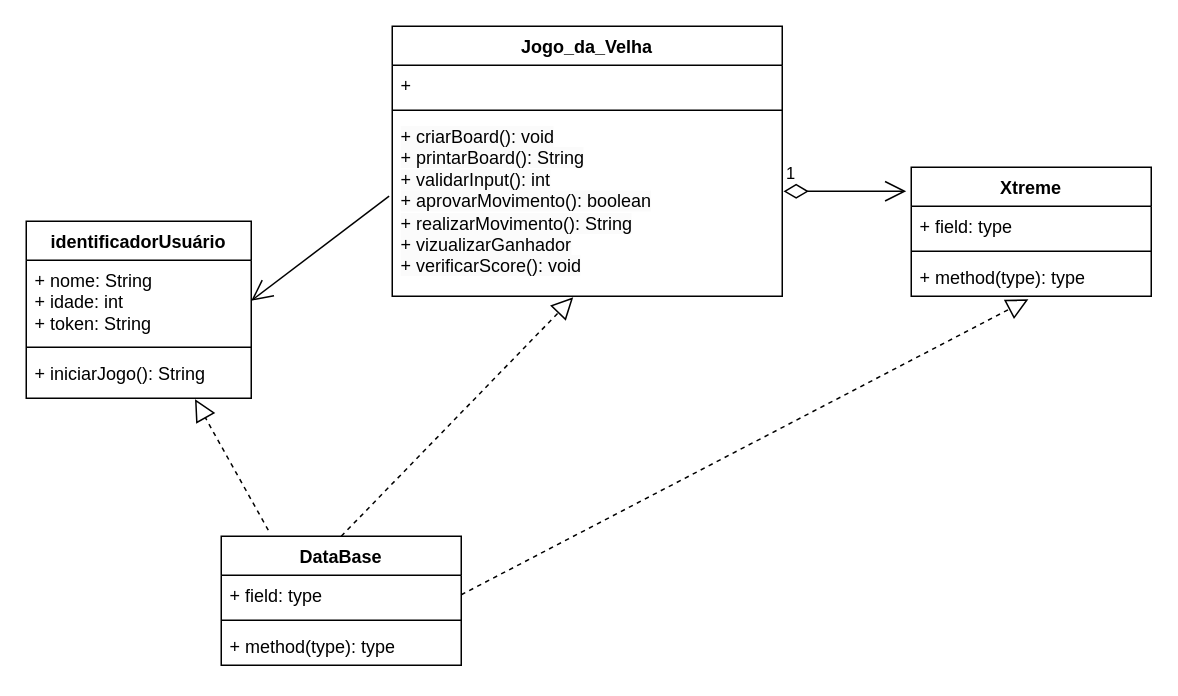
Earlier version of the draw.io diagram mini_projeto_3/Projeto_3/diagrama_de_classes.drawio (antonioscarvalho/Projetos-Orientados-a-Objetos). Source tidied: cells renumbered, new cells numbered last; positions are measured from the earlier drawing's top-left corner, leaving out a move shared by most shapes. Both pictures are drawn from the tidied source at 150%, with x=0, y=0 at pixel (26, 26).
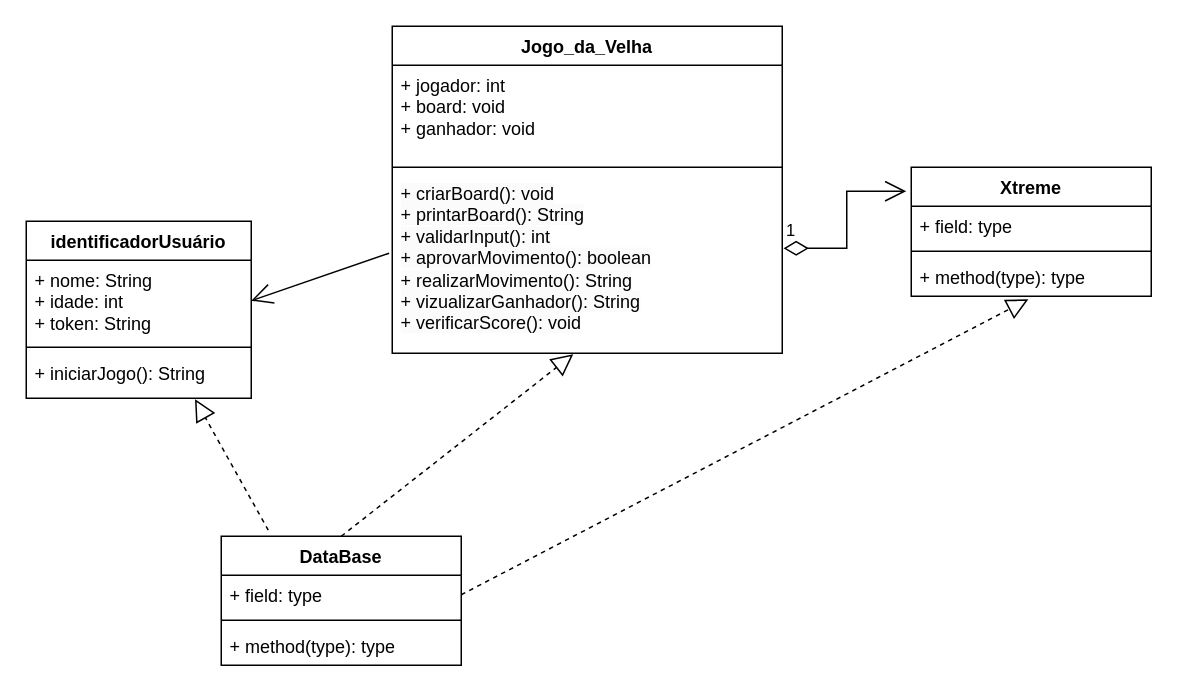
The same page after the edit.

Diff of the diagram source:
```diff
@@
     <mxCell id="6" value="Jogo_da_Velha" style="swimlane;fontStyle=1;align=center;verticalAlign=top;horizontal=1;startSize=26;whiteSpace=wrap;html=1;" parent="1" vertex="1">
-      <mxGeometry x="244" width="260" height="180" as="geometry" />
+      <mxGeometry x="244" width="260" height="218" as="geometry" />
     </mxCell>
-    <mxCell id="7" value="+" style="text;strokeColor=none;fillColor=none;align=left;verticalAlign=top;spacingLeft=4;spacingRight=4;overflow=hidden;whiteSpace=wrap;html=1;" parent="6" vertex="1">
-      <mxGeometry y="26" width="260" height="26" as="geometry" />
+    <mxCell id="7" value="+ jogador: int&lt;br&gt;+ board: void&lt;br&gt;+ ganhador: void" style="text;strokeColor=none;fillColor=none;align=left;verticalAlign=top;spacingLeft=4;spacingRight=4;overflow=hidden;whiteSpace=wrap;html=1;" parent="6" vertex="1">
+      <mxGeometry y="26" width="260" height="64" as="geometry" />
     </mxCell>
     <mxCell id="8" style="line;strokeWidth=1;fillColor=none;align=left;verticalAlign=middle;spacingTop=-1;spacingLeft=3;spacingRight=3;labelPosition=right;strokeColor=inherit;" parent="6" vertex="1">
-      <mxGeometry y="52" width="260" height="8" as="geometry" />
+      <mxGeometry y="90" width="260" height="8" as="geometry" />
     </mxCell>
-    <mxCell id="9" value="&lt;span style=&quot;color: rgb(0, 0, 0); font-family: Helvetica; font-size: 12px; font-style: normal; font-variant-ligatures: normal; font-variant-caps: normal; font-weight: 400; letter-spacing: normal; orphans: 2; text-align: left; text-indent: 0px; text-transform: none; widows: 2; word-spacing: 0px; -webkit-text-stroke-width: 0px; background-color: rgb(251, 251, 251); text-decoration-thickness: initial; text-decoration-style: initial; text-decoration-color: initial; float: none; display: inline !important;&quot;&gt;+ criarBoard(): void&lt;/span&gt;&lt;br style=&quot;border-color: var(--border-color); color: rgb(0, 0, 0); font-family: Helvetica; font-size: 12px; font-style: normal; font-variant-ligatures: normal; font-variant-caps: normal; font-weight: 400; letter-spacing: normal; orphans: 2; text-align: left; text-indent: 0px; text-transform: none; widows: 2; word-spacing: 0px; -webkit-text-stroke-width: 0px; background-color: rgb(251, 251, 251); text-decoration-thickness: initial; text-decoration-style: initial; text-decoration-color: initial;&quot;&gt;&lt;span style=&quot;color: rgb(0, 0, 0); font-family: Helvetica; font-size: 12px; font-style: normal; font-variant-ligatures: normal; font-variant-caps: normal; font-weight: 400; letter-spacing: normal; orphans: 2; text-align: left; text-indent: 0px; text-transform: none; widows: 2; word-spacing: 0px; -webkit-text-stroke-width: 0px; background-color: rgb(251, 251, 251); text-decoration-thickness: initial; text-decoration-style: initial; text-decoration-color: initial; float: none; display: inline !important;&quot;&gt;+ printarBoard(): String&lt;br&gt;+ validarInput(): int&lt;br&gt;+ aprovarMovimento(): boolean&lt;br&gt;+ realizarMovimento(): String&lt;br&gt;+ vizualizarGanhador&lt;br&gt;+ verificarScore(): void&lt;br&gt;&lt;/span&gt;" style="text;strokeColor=none;fillColor=none;align=left;verticalAlign=top;spacingLeft=4;spacingRight=4;overflow=hidden;points=[[0,0.5],[1,0.5]];portConstraint=eastwest;whiteSpace=wrap;html=1;" parent="6" vertex="1">
-      <mxGeometry y="60" width="260" height="120" as="geometry" />
+    <mxCell id="9" value="&lt;span style=&quot;color: rgb(0, 0, 0); font-family: Helvetica; font-size: 12px; font-style: normal; font-variant-ligatures: normal; font-variant-caps: normal; font-weight: 400; letter-spacing: normal; orphans: 2; text-align: left; text-indent: 0px; text-transform: none; widows: 2; word-spacing: 0px; -webkit-text-stroke-width: 0px; background-color: rgb(251, 251, 251); text-decoration-thickness: initial; text-decoration-style: initial; text-decoration-color: initial; float: none; display: inline !important;&quot;&gt;+ criarBoard(): void&lt;/span&gt;&lt;br style=&quot;border-color: var(--border-color); color: rgb(0, 0, 0); font-family: Helvetica; font-size: 12px; font-style: normal; font-variant-ligatures: normal; font-variant-caps: normal; font-weight: 400; letter-spacing: normal; orphans: 2; text-align: left; text-indent: 0px; text-transform: none; widows: 2; word-spacing: 0px; -webkit-text-stroke-width: 0px; background-color: rgb(251, 251, 251); text-decoration-thickness: initial; text-decoration-style: initial; text-decoration-color: initial;&quot;&gt;&lt;span style=&quot;color: rgb(0, 0, 0); font-family: Helvetica; font-size: 12px; font-style: normal; font-variant-ligatures: normal; font-variant-caps: normal; font-weight: 400; letter-spacing: normal; orphans: 2; text-align: left; text-indent: 0px; text-transform: none; widows: 2; word-spacing: 0px; -webkit-text-stroke-width: 0px; background-color: rgb(251, 251, 251); text-decoration-thickness: initial; text-decoration-style: initial; text-decoration-color: initial; float: none; display: inline !important;&quot;&gt;+ printarBoard(): String&lt;br&gt;+ validarInput(): int&lt;br&gt;+ aprovarMovimento(): boolean&lt;br&gt;+ realizarMovimento(): String&lt;br&gt;+ vizualizarGanhador(): String&lt;br&gt;+ verificarScore(): void&lt;br&gt;&lt;/span&gt;" style="text;strokeColor=none;fillColor=none;align=left;verticalAlign=top;spacingLeft=4;spacingRight=4;overflow=hidden;points=[[0,0.5],[1,0.5]];portConstraint=eastwest;whiteSpace=wrap;html=1;" parent="6" vertex="1">
+      <mxGeometry y="98" width="260" height="120" as="geometry" />
     </mxCell>
```
